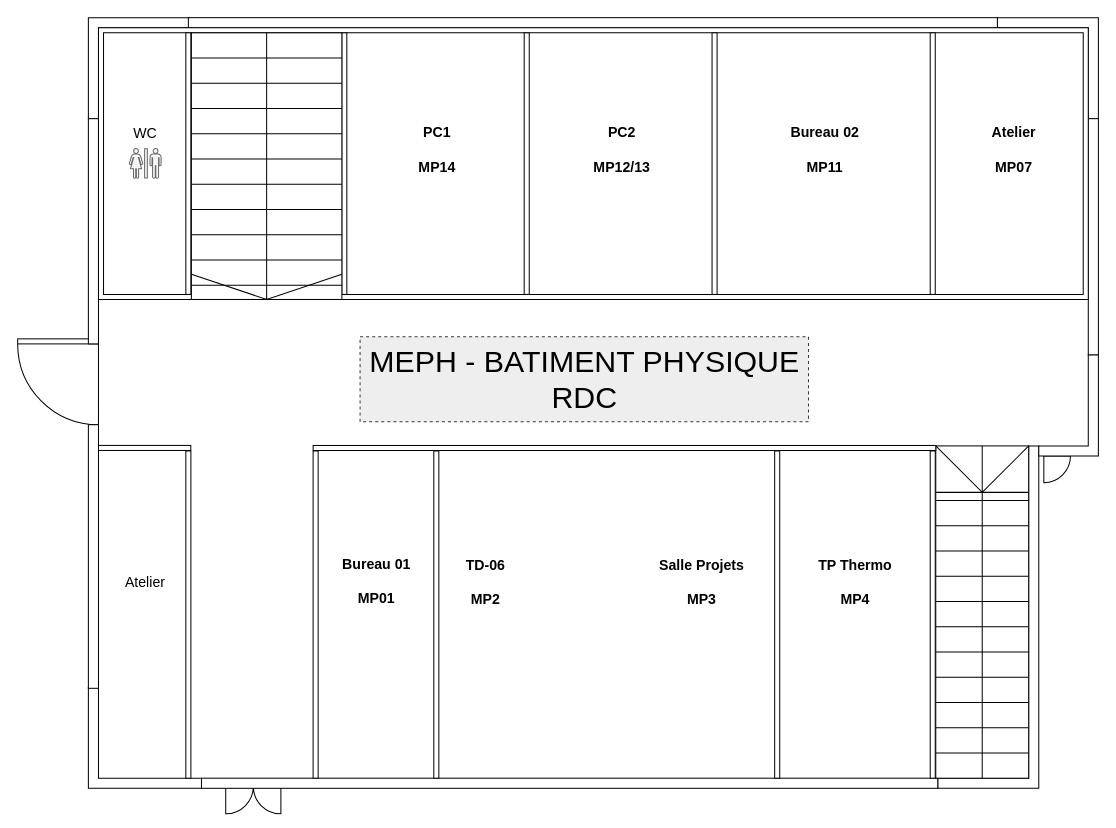
This is page "RDC" (1 of 3) of meph-plan_physique.drawio from gI7DUmmY/diagrams, a draw.io file, before an edit. Source tidied: cells renumbered, new cells numbered last; positions are measured from the earlier drawing's top-left corner, leaving out a move shared by most shapes. Both pictures are drawn from the tidied source at 101%, with x=0, y=0 at pixel (17, 17).
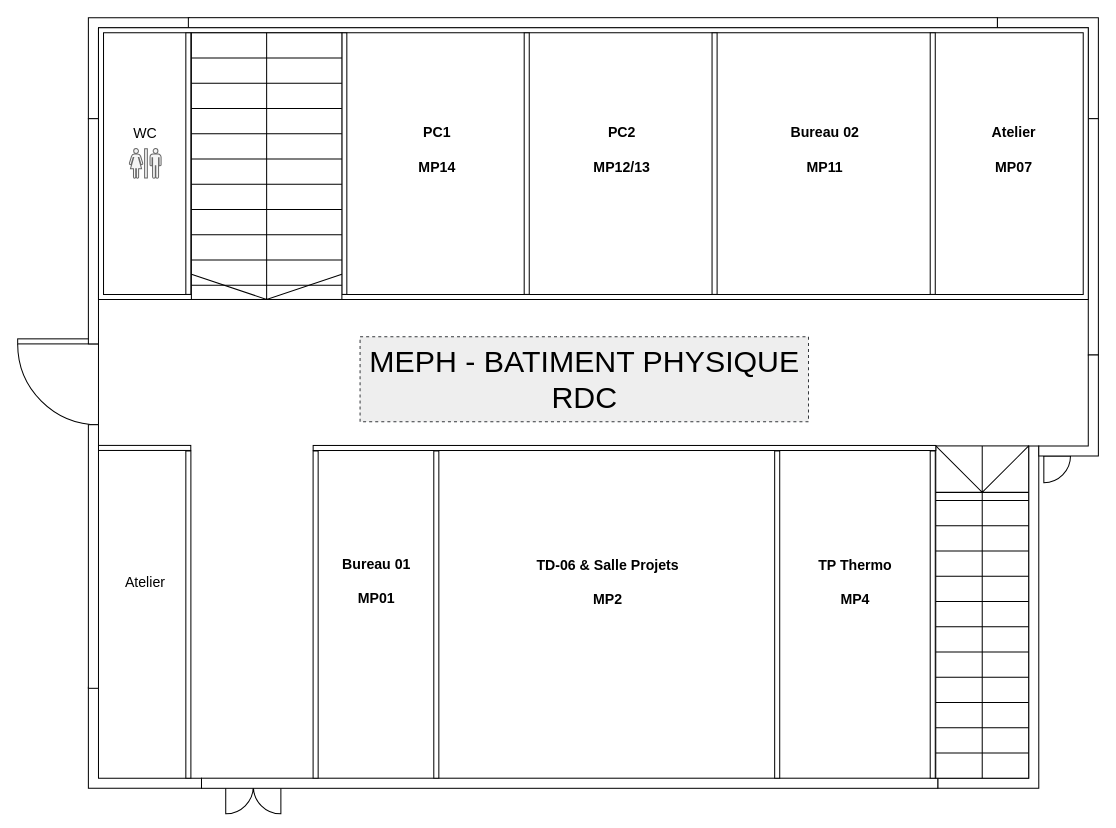
Above is the later version.

The edit, as a diff of the source:
```diff
@@
-    <mxCell id="36" value="&lt;div style=&quot;font-size: 14px;&quot;&gt;TD-06&lt;/div&gt;&lt;div style=&quot;font-size: 14px;&quot;&gt;&lt;br&gt;&lt;/div&gt;&lt;div style=&quot;font-size: 14px;&quot;&gt;MP2&lt;/div&gt;" style="text;html=1;align=center;verticalAlign=middle;strokeColor=none;fillColor=none;fontFamily=Helvetica;fontSize=14;fontColor=default;fontStyle=1;" parent="1" vertex="1">
-      <mxGeometry x="434" y="527.5" width="57" height="62" as="geometry" />
+    <mxCell id="36" value="&lt;div style=&quot;font-size: 14px;&quot;&gt;TD-06 &amp;amp; Salle Projets&lt;/div&gt;&lt;div style=&quot;font-size: 14px;&quot;&gt;&lt;br&gt;&lt;/div&gt;&lt;div style=&quot;font-size: 14px;&quot;&gt;MP2&lt;/div&gt;" style="text;html=1;align=center;verticalAlign=middle;strokeColor=none;fillColor=none;fontFamily=Helvetica;fontSize=14;fontColor=default;fontStyle=1;" parent="1" vertex="1">
+      <mxGeometry x="507" y="527.5" width="153" height="62" as="geometry" />
     </mxCell>
-    <mxCell id="37" value="&lt;div style=&quot;font-size: 14px;&quot;&gt;Salle Projets&lt;/div&gt;&lt;div style=&quot;font-size: 14px;&quot;&gt;&lt;br&gt;&lt;/div&gt;&lt;div style=&quot;font-size: 14px;&quot;&gt;MP3&lt;/div&gt;" style="text;html=1;align=center;verticalAlign=middle;strokeColor=none;fillColor=none;fontFamily=Helvetica;fontSize=14;fontColor=default;fontStyle=1;" parent="1" vertex="1">
-      <mxGeometry x="628" y="527.5" width="97" height="62" as="geometry" />
-    </mxCell>
```
